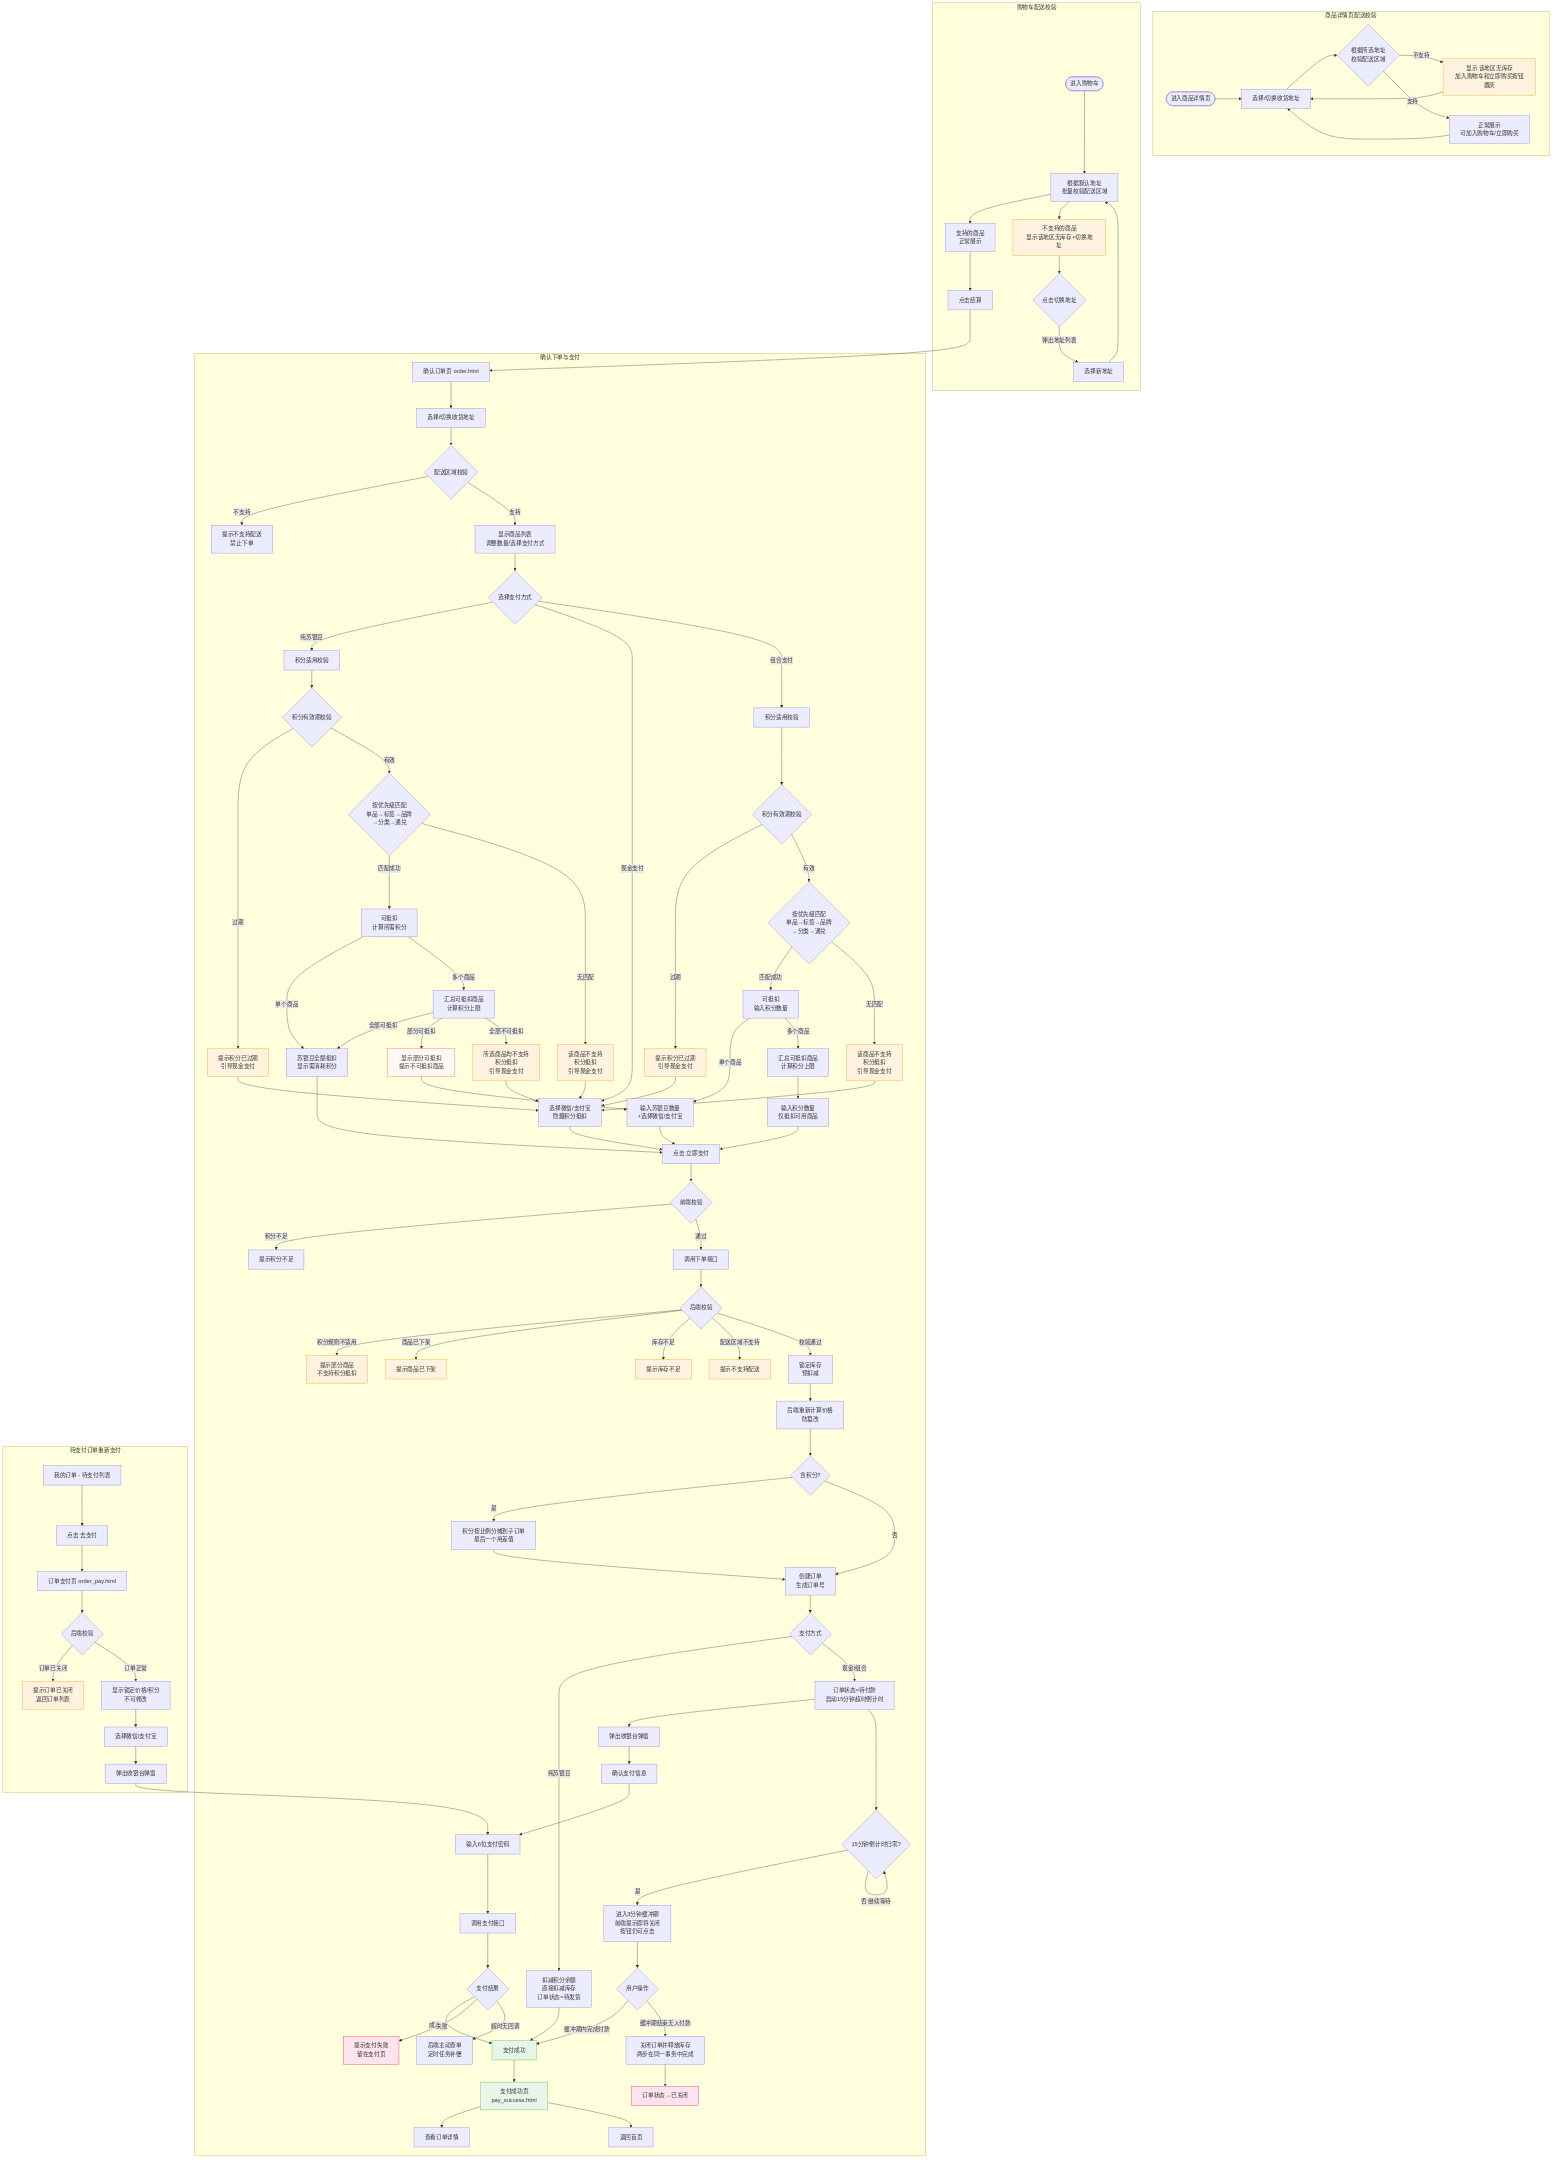
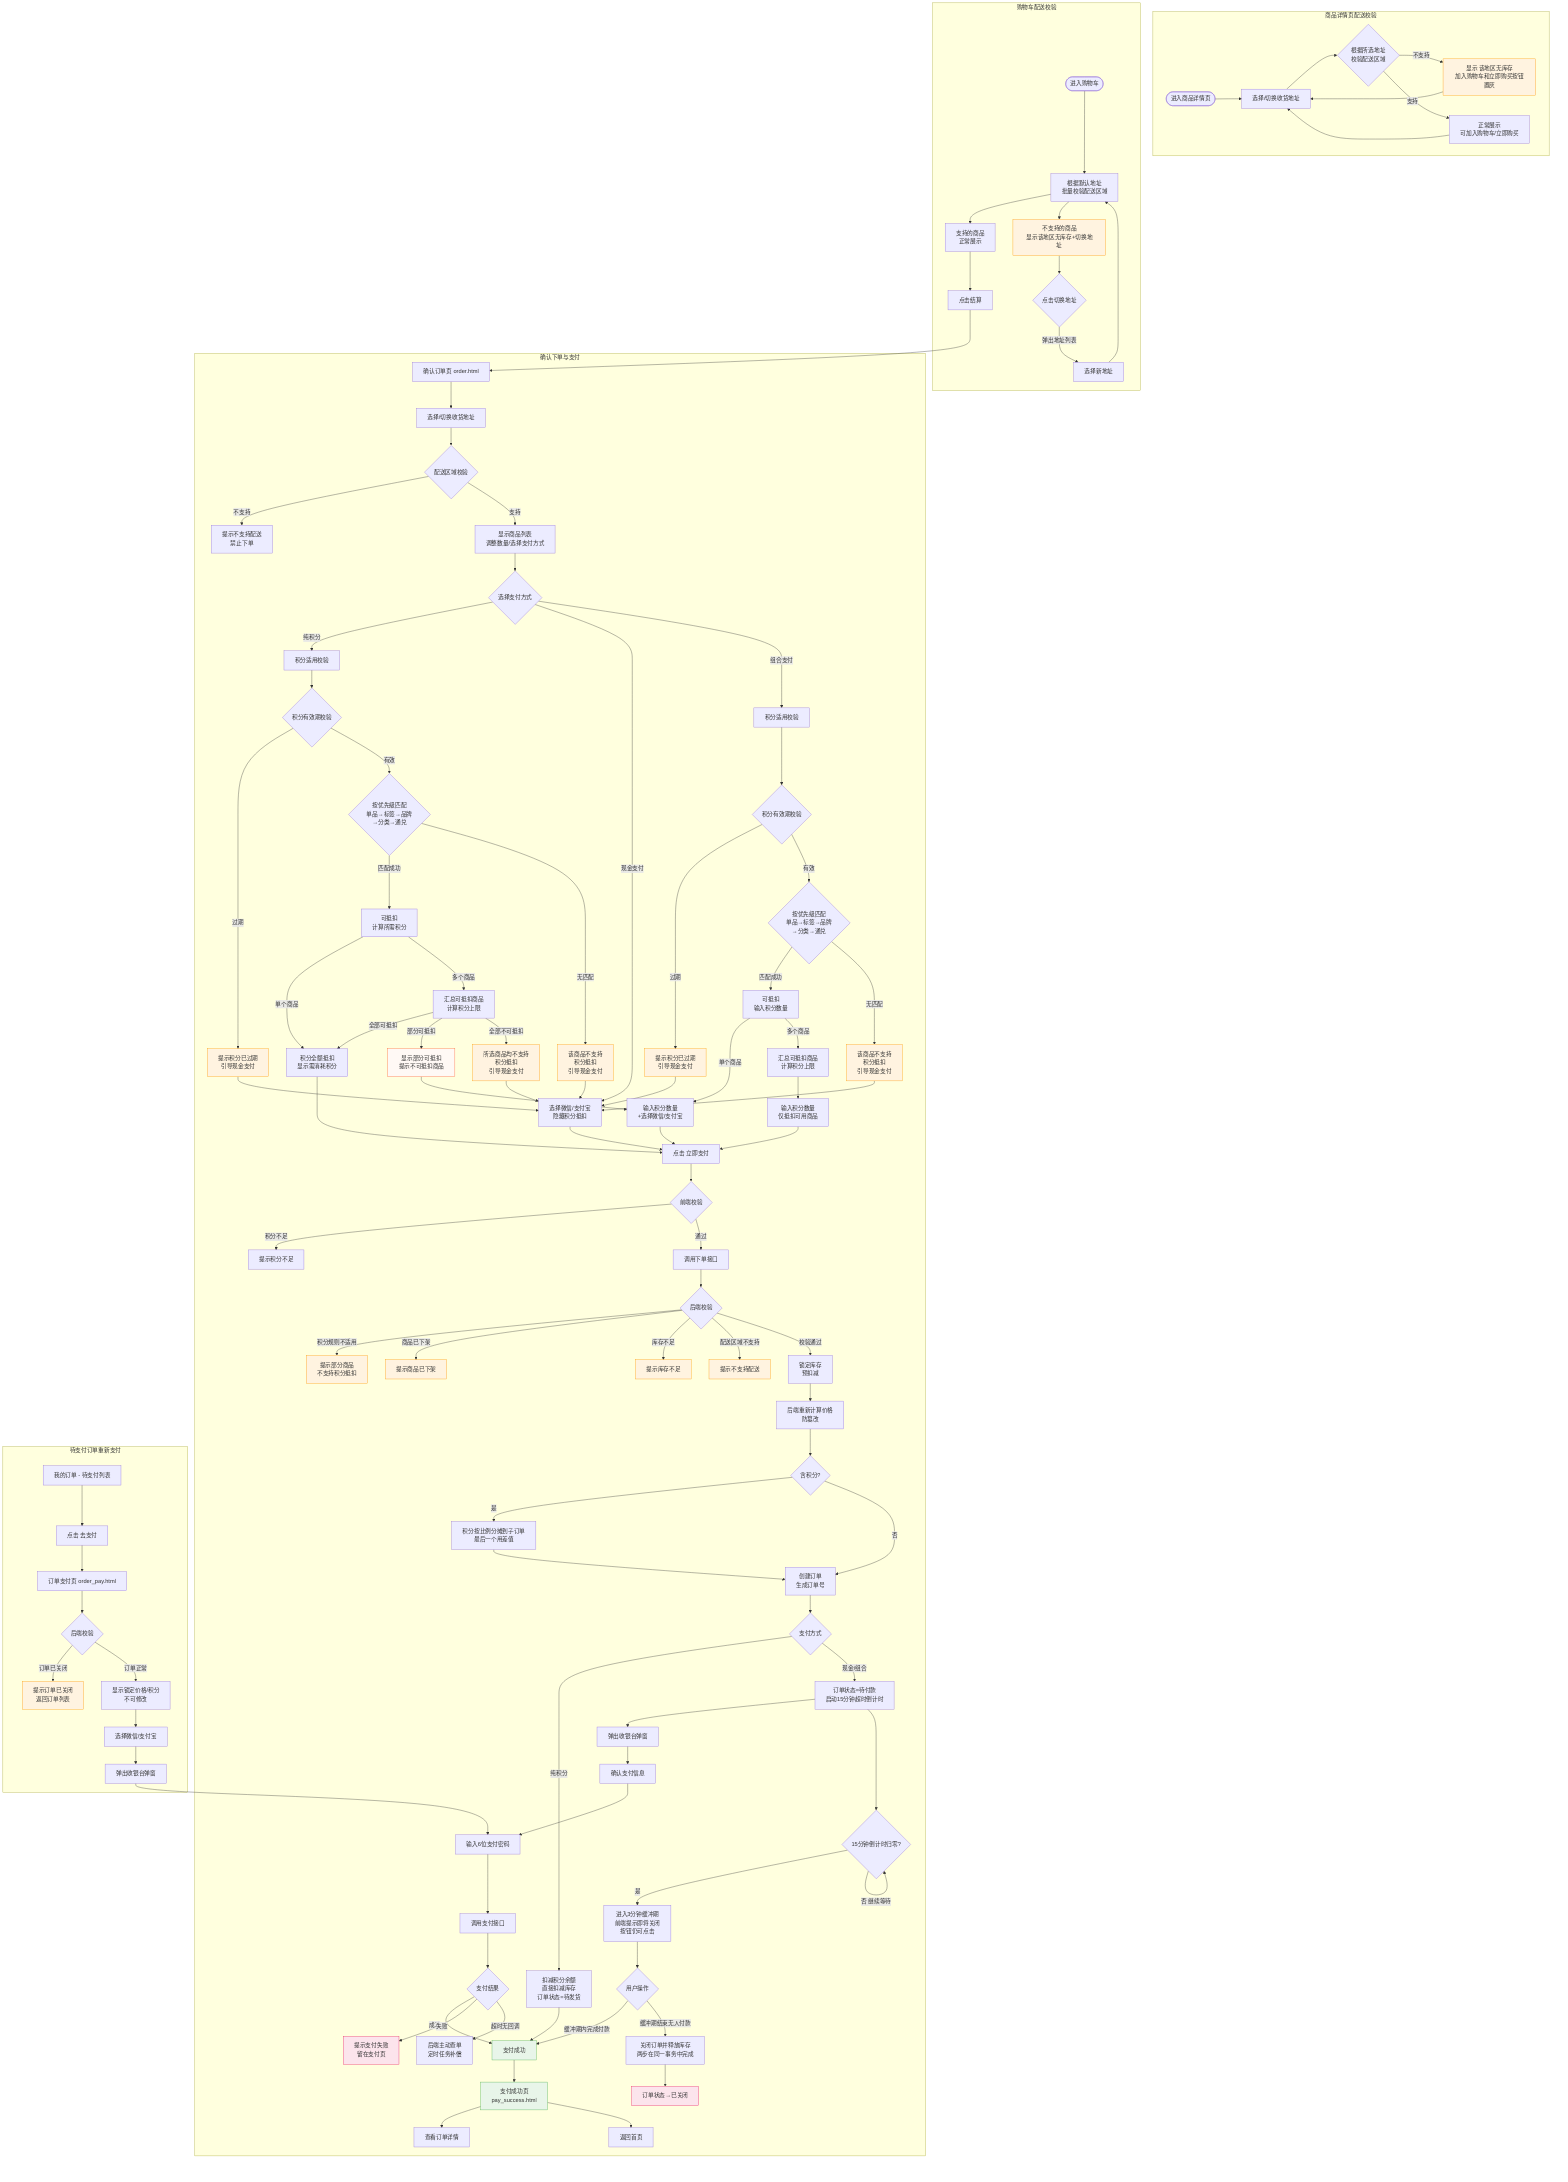
- flowchart TB
+ ﻿flowchart TB
    subgraph 商品详情页配送校验
        PDEnter([进入商品详情页]) --> PDAddr[选择/切换收货地址]
        PDAddr --> PDCheck{根据所选地址\n校验配送区域}
        PDCheck -->|不支持| PDBlock[显示 该地区无库存\n加入购物车和立即购买按钮置灰]
        PDCheck -->|支持| PDNormal[正常展示\n可加入购物车/立即购买]
        PDNormal --> PDAddr
        PDBlock --> PDAddr
    end

    subgraph 购物车配送校验
        CartEnter([进入购物车]) --> CartCheck[根据默认地址\n批量校验配送区域]
        CartCheck --> CartSupport[支持的商品\n正常展示]
        CartCheck --> CartNoship[不支持的商品\n显示该地区无库存+切换地址]
        CartNoship --> SwitchAddr{点击切换地址}
        SwitchAddr -->|弹出地址列表| PickAddr[选择新地址]
        PickAddr --> CartCheck
        CartSupport --> Checkout[点击结算]
    end

    Checkout --> InitOrder[确认订单页 order.html]

    subgraph 确认下单与支付
        InitOrder --> SelectAddr[选择/切换收货地址]
        SelectAddr --> CheckArea{配送区域校验}
        CheckArea -->|不支持| BlockArea[提示不支持配送\n禁止下单]
        CheckArea -->|支持| ShowProducts[显示商品列表\n调整数量/选择支付方式]

        ShowProducts --> PayMode{选择支付方式}
-         PayMode -->|纯苏银豆| BeansValidate[积分适用校验]
+         PayMode -->|纯积分| BeansValidate[积分适用校验]
        PayMode -->|现金支付| CashMode[选择微信/支付宝\n隐藏积分抵扣]
        PayMode -->|组合支付| ComboValidate[积分适用校验]

        BeansValidate --> BeansExpire{积分有效期校验}
        BeansExpire -->|过期| ErrExpire[提示积分已过期\n引导现金支付]
        BeansExpire -->|有效| BeansTypeMatch{按优先级匹配\n单品→标签→品牌\n→分类→通兑}
        BeansTypeMatch -->|匹配成功| BeansAvailable[可抵扣\n计算所需积分]
        BeansTypeMatch -->|无匹配| ErrBeansNotSupport[该商品不支持\n积分抵扣\n引导现金支付]
-         BeansAvailable -->|单个商品| BeansMode[苏银豆全额抵扣\n显示需消耗积分]
+         BeansAvailable -->|单个商品| BeansMode[积分全额抵扣\n显示需消耗积分]
        BeansAvailable -->|多个商品| BeansMultiResult[汇总可抵扣商品\n计算积分上限]
        BeansMultiResult -->|全部可抵扣| BeansMode
        BeansMultiResult -->|部分可抵扣| BeansPartial[显示部分可抵扣\n提示不可抵扣商品]
        BeansMultiResult -->|全部不可抵扣| ErrBeansAll[所选商品均不支持\n积分抵扣\n引导现金支付]

        ComboValidate --> ComboExpire{积分有效期校验}
        ComboExpire -->|过期| ErrExpireCombo[提示积分已过期\n引导现金支付]
        ComboExpire -->|有效| ComboTypeMatch{按优先级匹配\n单品→标签→品牌\n→分类→通兑}
        ComboTypeMatch -->|匹配成功| ComboAvailable[可抵扣\n输入积分数量]
        ComboTypeMatch -->|无匹配| ErrComboNotSupport[该商品不支持\n积分抵扣\n引导现金支付]
-         ComboAvailable -->|单个商品| ComboMode[输入苏银豆数量\n+选择微信/支付宝]
+         ComboAvailable -->|单个商品| ComboMode[输入积分数量\n+选择微信/支付宝]
        ComboAvailable -->|多个商品| ComboMultiResult[汇总可抵扣商品\n计算积分上限]
        ComboMultiResult --> ComboPartialMode[输入积分数量\n仅抵扣可用商品]

        ErrExpire --> CashMode
        ErrBeansNotSupport --> CashMode
        ErrBeansAll --> CashMode
        ErrExpireCombo --> CashMode
        ErrComboNotSupport --> CashMode
        BeansPartial --> ComboMode
        BeansMode --> ClickSubmit
        ComboMode --> ClickSubmit
        ComboPartialMode --> ClickSubmit
        CashMode --> ClickSubmit

        ClickSubmit[点击 立即支付] --> FrontValidate{前端校验}
        FrontValidate -->|积分不足| ErrBeans[提示积分不足]
        FrontValidate -->|通过| APIOrder[调用下单接口]

        APIOrder --> BackValidate{后端校验}
        BackValidate -->|积分规则不适用| ErrPointsRule[提示部分商品\n不支持积分抵扣]
        BackValidate -->|商品已下架| ErrOff[提示商品已下架]
        BackValidate -->|库存不足| ErrStock[提示库存不足]
        BackValidate -->|配送区域不支持| ErrDelivery[提示不支持配送]
        BackValidate -->|校验通过| LockStock[锁定库存\n预扣减]
        LockStock --> CalcPrice[后端重新计算价格\n防篡改]
        CalcPrice --> AllocPoints{含积分?}
        AllocPoints -->|是| SplitPoints[积分按比例分摊到子订单\n最后一个用差值]
        AllocPoints -->|否| CreateOrder
        SplitPoints --> CreateOrder[创建订单\n生成订单号]
        CreateOrder --> PayBranch{支付方式}

-         PayBranch -->|纯苏银豆| DirectPay[扣减积分余额\n直接扣减库存\n订单状态=待发货]
+         PayBranch -->|纯积分| DirectPay[扣减积分余额\n直接扣减库存\n订单状态=待发货]
        DirectPay --> PayOK[支付成功]
        PayBranch -->|现金/组合| WaitPay[订单状态=待付款\n启动15分钟超时倒计时]
        WaitPay --> ShowPopup[弹出收银台弹窗]
        ShowPopup --> ConfirmStep[确认支付信息]
        ConfirmStep --> PwdStep[输入6位支付密码]
        PwdStep --> CallPay[调用支付接口]
        CallPay --> PayResult{支付结果}

        PayResult -->|成功| PayOK
        PayResult -->|失败| PayFail[提示支付失败\n留在支付页]
        PayResult -->|超时无回调| ActiveQuery[后端主动查单\n定时任务补偿]

        PayOK --> PaySuccess[支付成功页\npay_success.html]
        PaySuccess --> OrderDetail[查看订单详情]
        PaySuccess --> Home[返回首页]

        WaitPay --> Timeout{15分钟倒计时归零?}
        Timeout -->|是| BufferPeriod[进入3分钟缓冲期\n前端提示即将关闭\n按钮仍可点击]
        Timeout -->|否 继续等待| Timeout
        BufferPeriod --> BufferAction{用户操作}
        BufferAction -->|缓冲期内完成付款| PayOK
        BufferAction -->|缓冲期结束无人付款| ReleaseStock[关闭订单并释放库存\n两步在同一事务中完成]
        ReleaseStock --> CancelOrder[订单状态→已关闭]
    end

    subgraph 待支付订单重新支付
        OrderList[我的订单 - 待支付列表] --> ClickPay[点击 去支付]
        ClickPay --> OrderPay[订单支付页 order_pay.html]
        OrderPay --> ReValidate{后端校验}
        ReValidate -->|订单已关闭| ErrCancelled[提示订单已关闭\n返回订单列表]
        ReValidate -->|订单正常| ShowPayInfo[显示锁定价格/积分\n不可修改]
        ShowPayInfo --> SelectChannel2[选择微信/支付宝]
        SelectChannel2 --> Popup2[弹出收银台弹窗]
        Popup2 --> PwdStep
    end

    style PayOK fill:#e8f5e9,stroke:#4caf50,color:#333
    style PaySuccess fill:#e8f5e9,stroke:#4caf50,color:#333
    style CancelOrder fill:#fce4ec,stroke:#e91e63,color:#333
    style PDBlock fill:#fff3e0,stroke:#ff9800,color:#333
    style CartNoship fill:#fff3e0,stroke:#ff9800,color:#333
    style ErrPointsRule fill:#fff3e0,stroke:#ff9800,color:#333
    style ErrOff fill:#fff3e0,stroke:#ff9800,color:#333
    style ErrStock fill:#fff3e0,stroke:#ff9800,color:#333
    style ErrDelivery fill:#fff3e0,stroke:#ff9800,color:#333
    style ErrExpire fill:#fff3e0,stroke:#ff9800,color:#333
    style ErrBeansNotSupport fill:#fff3e0,stroke:#ff9800,color:#333
    style ErrBeansAll fill:#fff3e0,stroke:#ff9800,color:#333
    style ErrExpireCombo fill:#fff3e0,stroke:#ff9800,color:#333
    style ErrComboNotSupport fill:#fff3e0,stroke:#ff9800,color:#333
    style BeansPartial fill:#fff9f5,stroke:#ff6034,color:#333
    style ErrCancelled fill:#fff3e0,stroke:#ff9800,color:#333
    style PayFail fill:#fce4ec,stroke:#e91e63,color:#333